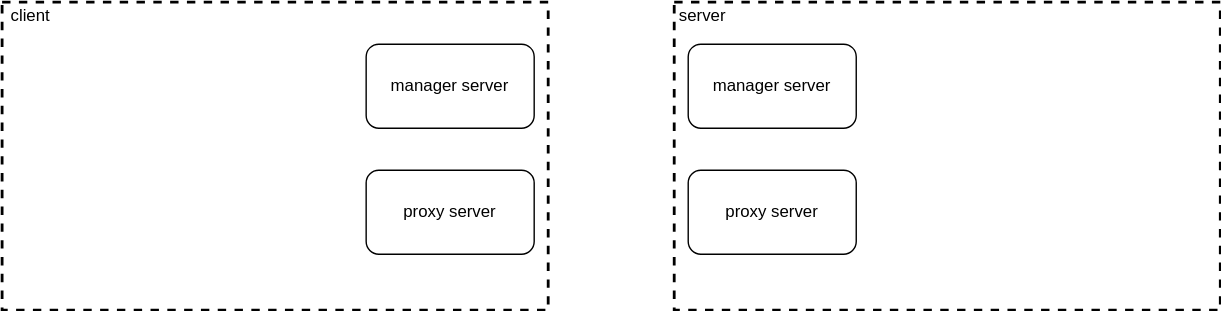
Above: tc_网络模块.svg in c17abab/diag_pics (draw.io), before the change. Source tidied: cells renumbered, new cells last; positions are measured from the earlier drawing's top-left corner, leaving out a move shared by most shapes.
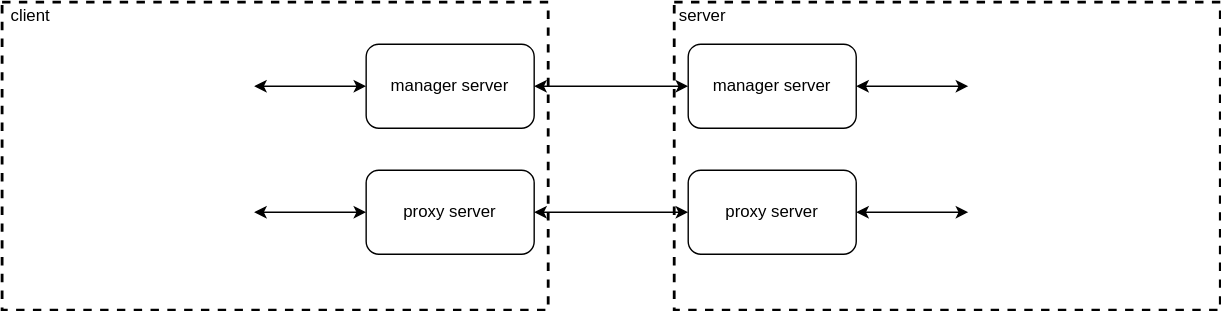
The same file after the commit.

Commit message:
更新tc_网络模块.svg

The edit, as a diff of the source:
```diff
@@ -14,15 +14,41 @@
     <mxCell id="5" value="server" style="text;html=1;align=center;verticalAlign=middle;fillColor=none;strokeColor=none;rounded=0;" parent="1" vertex="1">
       <mxGeometry x="475" width="50" height="20" as="geometry" />
     </mxCell>
+    <mxCell id="10" style="edgeStyle=orthogonalEdgeStyle;rounded=0;jettySize=auto;html=1;startArrow=classic;startFill=1;" parent="1" edge="1" source="6" target="8">
+      <mxGeometry relative="1" as="geometry" />
+    </mxCell>
+    <mxCell id="11" style="edgeStyle=none;rounded=0;jettySize=auto;html=1;startArrow=classic;startFill=1;" parent="1" edge="1" source="6">
+      <mxGeometry relative="1" as="geometry">
+        <mxPoint x="180" y="60" as="targetPoint" />
+      </mxGeometry>
+    </mxCell>
     <mxCell id="6" value="manager server" style="rounded=1;whiteSpace=wrap;html=1;" parent="1" vertex="1">
       <mxGeometry x="260" y="30" width="120" height="60" as="geometry" />
     </mxCell>
+    <mxCell id="12" style="edgeStyle=orthogonalEdgeStyle;rounded=0;jettySize=auto;html=1;startArrow=classic;startFill=1;" parent="1" edge="1" source="7" target="9">
+      <mxGeometry relative="1" as="geometry" />
+    </mxCell>
+    <mxCell id="13" style="edgeStyle=none;rounded=0;jettySize=auto;html=1;startArrow=classic;startFill=1;" parent="1" edge="1" source="7">
+      <mxGeometry relative="1" as="geometry">
+        <mxPoint x="180" y="150" as="targetPoint" />
+      </mxGeometry>
+    </mxCell>
     <mxCell id="7" value="proxy server" style="rounded=1;whiteSpace=wrap;html=1;" parent="1" vertex="1">
       <mxGeometry x="260" y="120" width="120" height="60" as="geometry" />
     </mxCell>
+    <mxCell id="14" style="edgeStyle=none;rounded=0;jettySize=auto;html=1;startArrow=classic;startFill=1;" parent="1" edge="1" source="8">
+      <mxGeometry relative="1" as="geometry">
+        <mxPoint x="690" y="60" as="targetPoint" />
+      </mxGeometry>
+    </mxCell>
     <mxCell id="8" value="manager server" style="rounded=1;whiteSpace=wrap;html=1;" parent="1" vertex="1">
       <mxGeometry x="490" y="30" width="120" height="60" as="geometry" />
     </mxCell>
+    <mxCell id="15" style="edgeStyle=none;rounded=0;jettySize=auto;html=1;startArrow=classic;startFill=1;" parent="1" edge="1" source="9">
+      <mxGeometry relative="1" as="geometry">
+        <mxPoint x="690" y="150" as="targetPoint" />
+      </mxGeometry>
+    </mxCell>
     <mxCell id="9" value="proxy server" style="rounded=1;whiteSpace=wrap;html=1;" parent="1" vertex="1">
       <mxGeometry x="490" y="120" width="120" height="60" as="geometry" />
     </mxCell>
```
